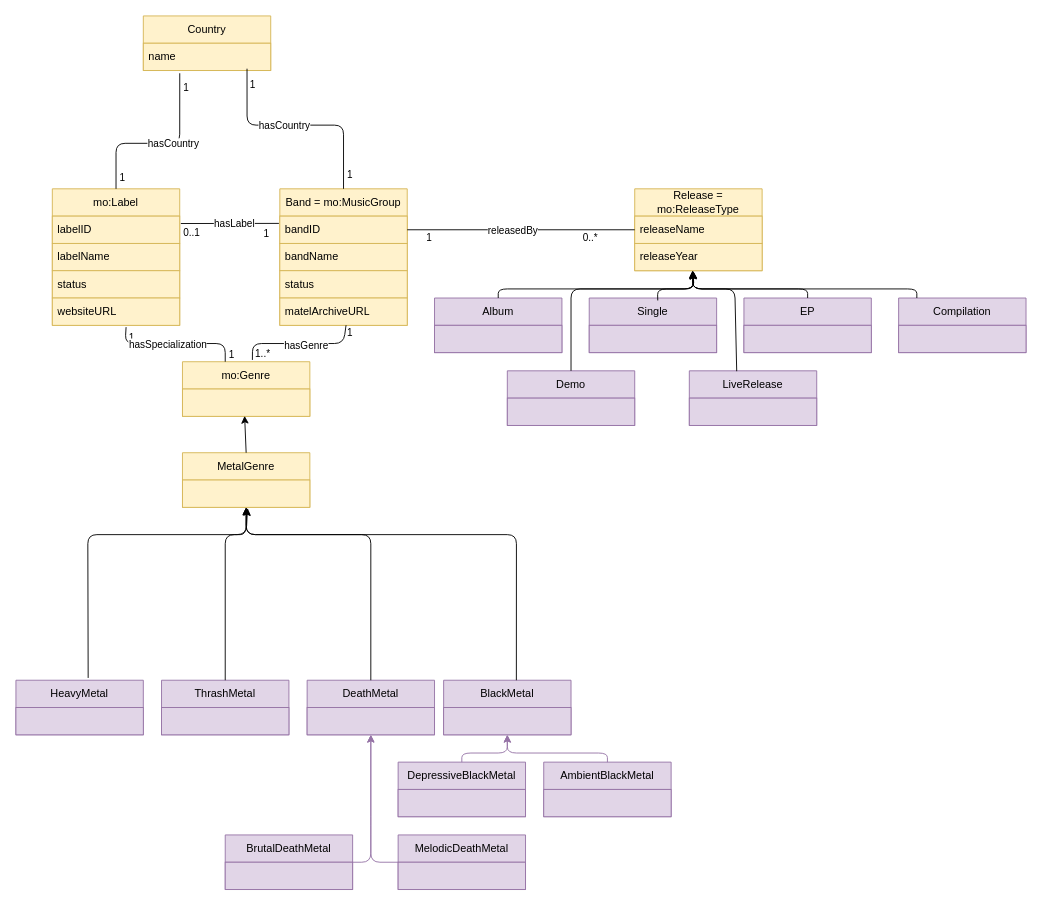
Before: docs/uml-diagram.drawio in OceanBerlinghieri/ontometal, a draw.io diagram. Source tidied: cells renumbered, new cells numbered last; positions are measured from the earlier drawing's top-left corner, leaving out a move shared by most shapes. Both pictures are drawn from the tidied source at 91%, with x=0, y=0 at pixel (15, 15).
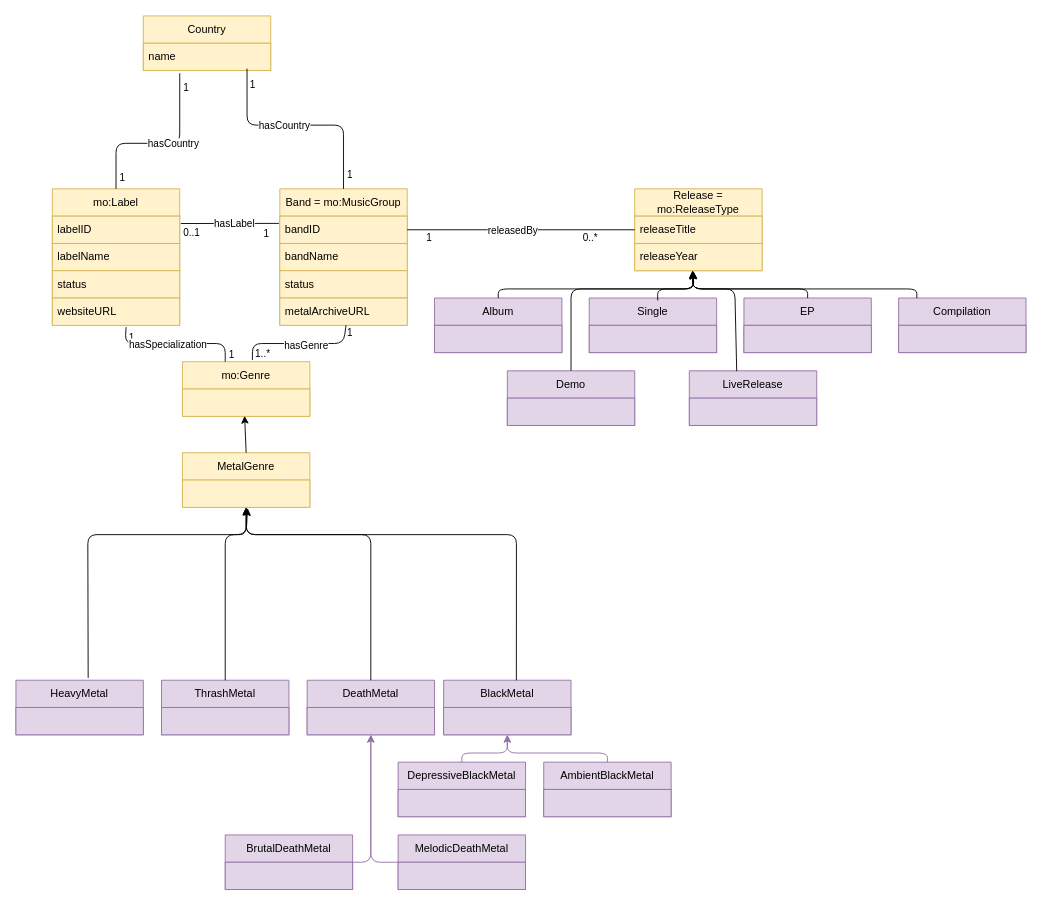
The same diagram, later.

Commit message (it also covers changes not shown here):
Data properties defined (#2)

The change refers to these unchanged cells:
```xml
<mxCell id="2" value="Band = mo:MusicGroup" style="swimlane;fontStyle=0;horizontal=1;startSize=30;whiteSpace=wrap;html=1;fillColor=#fff2cc;strokeColor=#d6b656;" parent="1" vertex="1">
  <mxGeometry x="290" y="190" width="140" height="150" as="geometry" />
</mxCell>
<mxCell id="14" value="Release = mo:ReleaseType" style="swimlane;fontStyle=0;horizontal=1;startSize=30;whiteSpace=wrap;html=1;fillColor=#fff2cc;strokeColor=#d6b656;" parent="1" vertex="1">
  <mxGeometry x="680" y="190" width="140" height="90" as="geometry" />
</mxCell>
```

What changed in the source:
```diff
@@
-    <mxCell id="6" value="&lt;span style=&quot;color: rgb(0, 0, 0);&quot;&gt;matelArchiveURL&lt;/span&gt;" style="text;strokeColor=#d6b656;fillColor=#fff2cc;align=left;verticalAlign=middle;spacingLeft=4;spacingRight=4;overflow=hidden;points=[[0,0.5],[1,0.5]];portConstraint=eastwest;whiteSpace=wrap;html=1;" parent="2" vertex="1">
+    <mxCell id="6" value="&lt;span style=&quot;color: rgb(0, 0, 0);&quot;&gt;metalArchiveURL&lt;/span&gt;" style="text;strokeColor=#d6b656;fillColor=#fff2cc;align=left;verticalAlign=middle;spacingLeft=4;spacingRight=4;overflow=hidden;points=[[0,0.5],[1,0.5]];portConstraint=eastwest;whiteSpace=wrap;html=1;" parent="2" vertex="1">
       <mxGeometry y="120" width="140" height="30" as="geometry" />
     </mxCell>
@@
-    <mxCell id="15" value="releaseName" style="text;strokeColor=#d6b656;fillColor=#fff2cc;align=left;verticalAlign=middle;spacingLeft=4;spacingRight=4;overflow=hidden;points=[[0,0.5],[1,0.5]];portConstraint=eastwest;whiteSpace=wrap;html=1;" parent="14" vertex="1">
+    <mxCell id="15" value="releaseTitle" style="text;strokeColor=#d6b656;fillColor=#fff2cc;align=left;verticalAlign=middle;spacingLeft=4;spacingRight=4;overflow=hidden;points=[[0,0.5],[1,0.5]];portConstraint=eastwest;whiteSpace=wrap;html=1;" parent="14" vertex="1">
       <mxGeometry y="30" width="140" height="30" as="geometry" />
     </mxCell>
```
